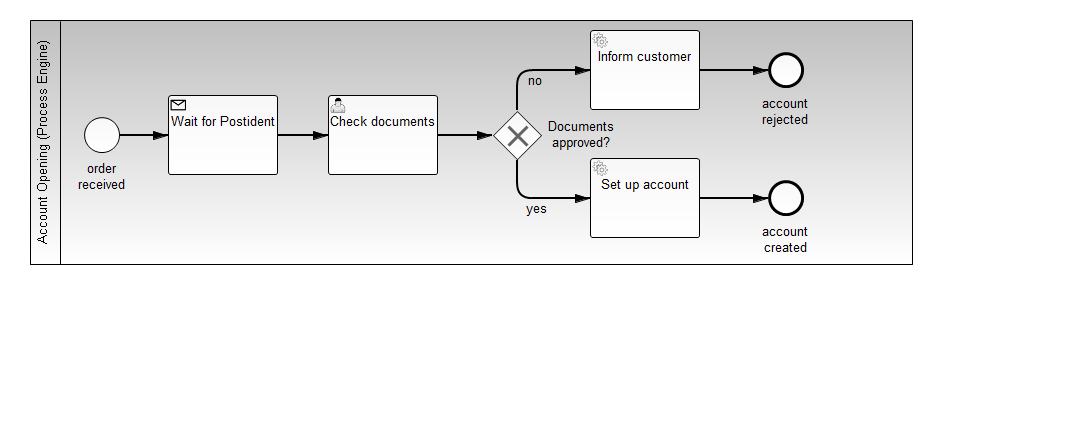
Above: bank-account-opening-camel/src/main/resources/open-account.png in camunda-consulting/camunda-7-code-examples (BPMN), before the change. Its source is kept beside it as bank-account-opening-camel/src/main/resources/open-account.bpmn. Ids are renumbered.
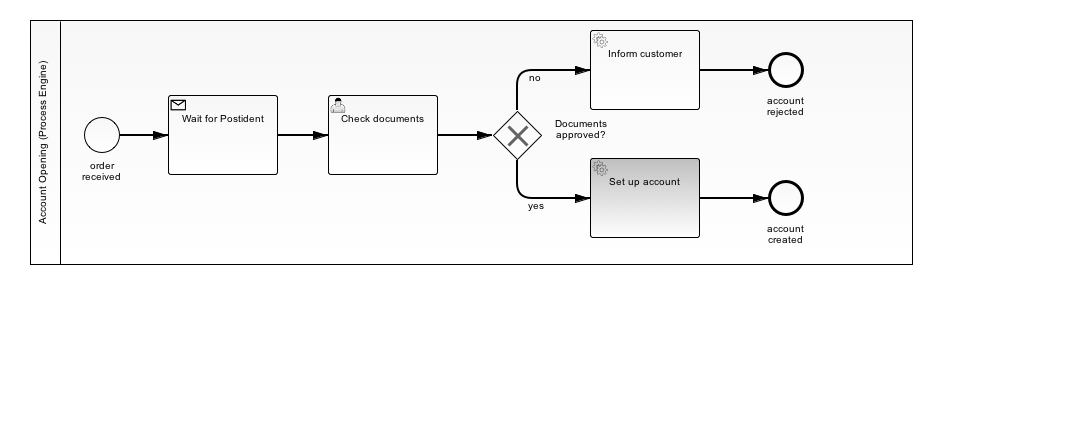
After the commit.

Commit message:
Update service tasks to use the CamelService

Diff of the diagram source:
```diff
@@ -25,7 +25,7 @@
     <bpmn2:sequenceFlow id="SequenceFlow_5" name="no" sourceRef="documents_approved_gateway" targetRef="inform_customer">
       <bpmn2:conditionExpression xsi:type="bpmn2:tFormalExpression" id="FormalExpression_2">#{!approved}</bpmn2:conditionExpression>
     </bpmn2:sequenceFlow>
-    <bpmn2:serviceTask id="inform_customer" activiti:delegateExpression="#{camel}" name="Inform customer" implementation="##unspecified">
+    <bpmn2:serviceTask id="inform_customer" activiti:expression="#{camel.sendTo('direct:inform-customer')}" name="Inform customer" implementation="##unspecified">
       <bpmn2:incoming>SequenceFlow_5</bpmn2:incoming>
       <bpmn2:outgoing>SequenceFlow_10</bpmn2:outgoing>
     </bpmn2:serviceTask>
@@ -35,7 +35,7 @@
     <bpmn2:endEvent id="order_processed" name="account&#xD;&#xA;created">
       <bpmn2:incoming>SequenceFlow_4</bpmn2:incoming>
     </bpmn2:endEvent>
-    <bpmn2:serviceTask id="set_up_account" activiti:delegateExpression="#{camel}" name="Set up account" implementation="##unspecified">
+    <bpmn2:serviceTask id="set_up_account" activiti:expression="#{camel.sendTo('direct:setup-account')}" name="Set up account" implementation="##unspecified">
       <bpmn2:incoming>SequenceFlow_6</bpmn2:incoming>
       <bpmn2:outgoing>SequenceFlow_4</bpmn2:outgoing>
     </bpmn2:serviceTask>
```
